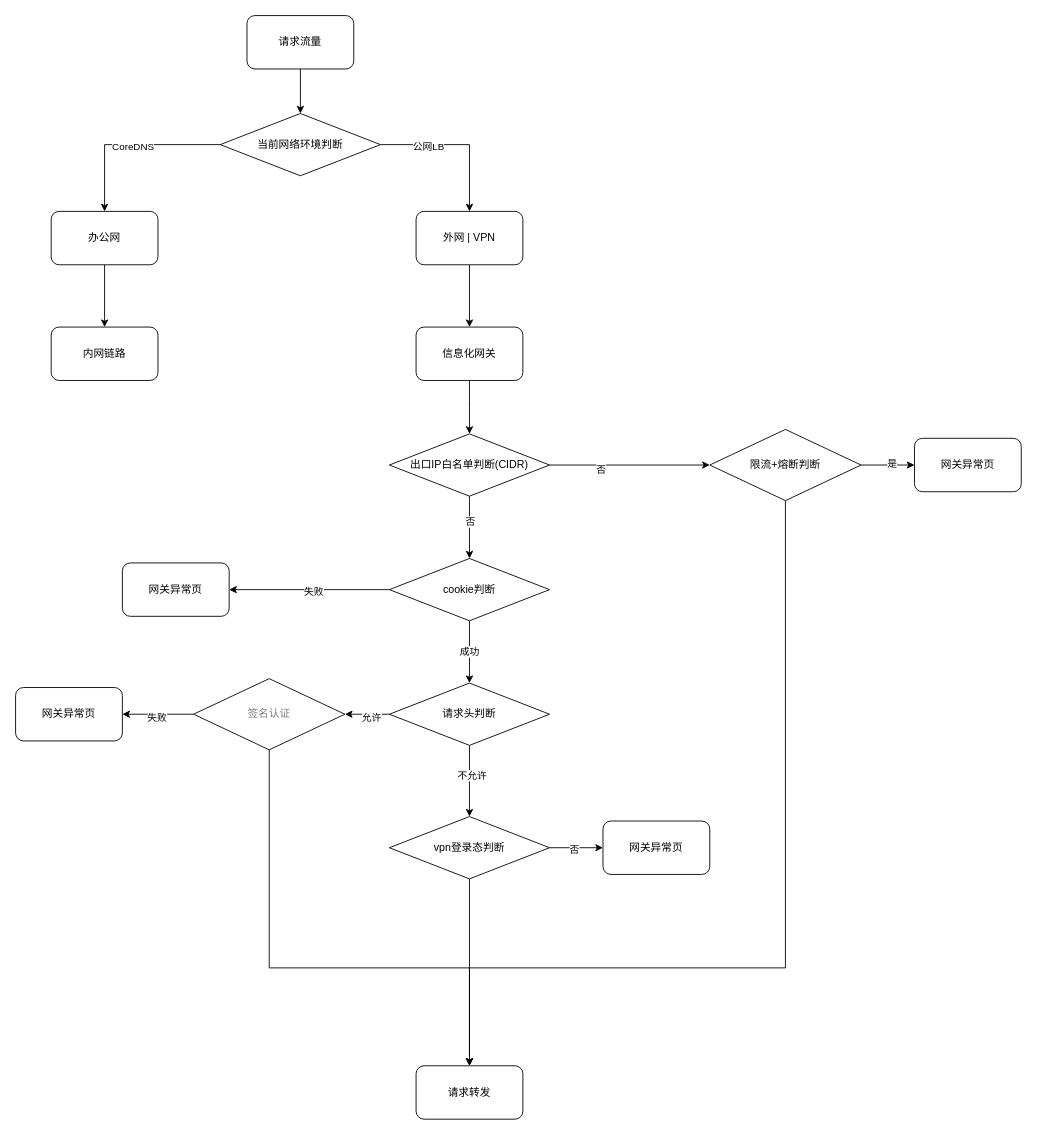
Above: 信息化网关/信息化网关.drawio in gongzhxu/draw.io (draw.io), before the change. Source tidied: cells renumbered, new cells numbered last; positions are measured from the earlier drawing's top-left corner, leaving out a move shared by most shapes. Both pictures are drawn from the tidied source at 89%, with x=0, y=0 at pixel (15, 15).
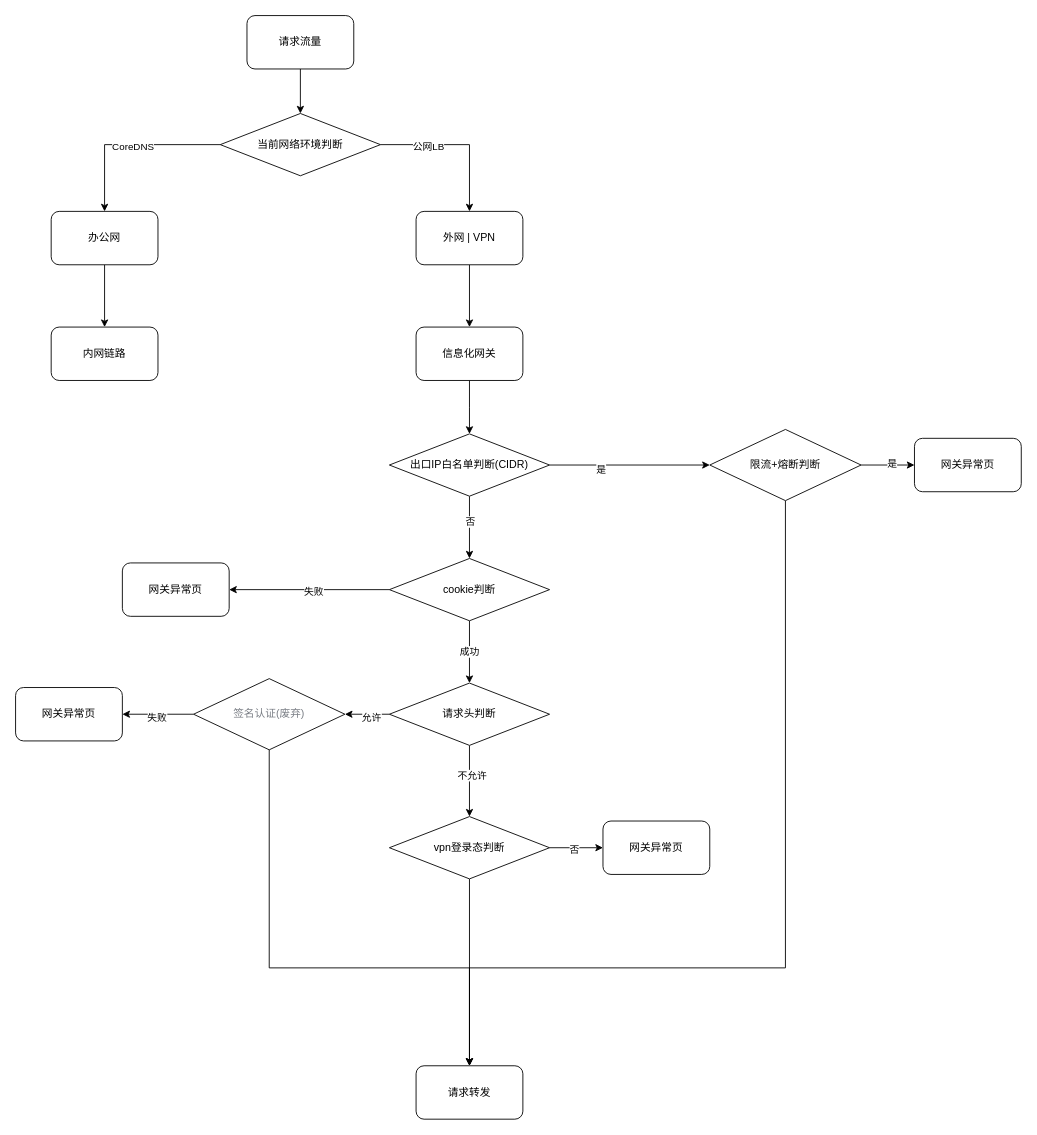
The same page after the edit.

Commit message:
更新信息化网关.drawio

Unchanged cells that the change refers to:
```xml
<mxCell id="18" style="edgeStyle=orthogonalEdgeStyle;rounded=0;jettySize=auto;html=1;entryX=0;entryY=0.5;entryDx=0;entryDy=0;" parent="1" edge="1" source="20" target="24">
  <mxGeometry relative="1" as="geometry" />
</mxCell>
```

The edit, as a diff of the source:
```diff
@@
-    <mxCell id="19" value="否" style="edgeLabel;html=1;align=center;verticalAlign=middle;" parent="18" vertex="1">
+    <mxCell id="19" value="是" style="edgeLabel;html=1;align=center;verticalAlign=middle;" parent="18" vertex="1">
       <mxGeometry x="-0.37" y="-4" relative="1" as="geometry" />
     </mxCell>
@@
-    <mxCell id="43" value="&lt;font color=&quot;#7a7e85&quot;&gt;签名认证&lt;/font&gt;" style="rhombus;whiteSpace=wrap;html=1;" parent="1" vertex="1">
+    <mxCell id="43" value="&lt;font color=&quot;#7a7e85&quot;&gt;签名认证(废弃)&lt;/font&gt;" style="rhombus;whiteSpace=wrap;html=1;" parent="1" vertex="1">
       <mxGeometry x="200" y="745" width="170" height="80" as="geometry" />
     </mxCell>
```
